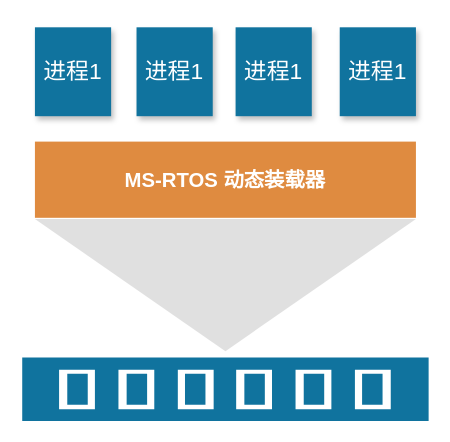
This is page "多进程与动态装载" (6 of 8) of draw/ppt.drawio from peng-fan/drawio, a draw.io file, before an edit. Source tidied: cells renumbered, new cells numbered last; positions are measured from the earlier drawing's top-left corner, leaving out a move shared by most shapes. Both pictures are drawn from the tidied source at 127%, with x=0, y=0 at pixel (22, 27).
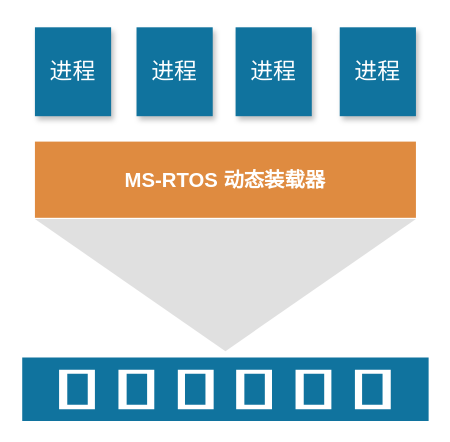
The same page after the edit.

What changed in the source:
```diff
@@
 <mxGraphModel>
   <root>
     <mxCell id="0" />
     <mxCell id="1" parent="0" />
     <mxCell id="2" value="&lt;font style=&quot;font-size: 16px&quot; color=&quot;#ffffff&quot;&gt;&lt;b&gt;MS-RTOS 动态装载器&lt;/b&gt;&lt;/font&gt;" style="rounded=0;whiteSpace=wrap;html=1;dashed=1;fillColor=#DF8B40;sketch=0;strokeColor=none;" parent="1" vertex="1">
       <mxGeometry x="10" y="90" width="300" height="60" as="geometry" />
     </mxCell>
     <mxCell id="3" style="triangle;whiteSpace=wrap;html=1;rounded=0;dashed=1;rotation=90;opacity=60;strokeColor=none;fillColor=#CCCCCC;sketch=0;" parent="1" vertex="1">
       <mxGeometry x="108" y="53" width="104" height="300" as="geometry" />
     </mxCell>
-    <mxCell id="4" value="&lt;font color=&quot;#ffffff&quot;&gt;&lt;span style=&quot;font-size: 18px&quot;&gt;进程1&lt;/span&gt;&lt;/font&gt;" style="rounded=0;whiteSpace=wrap;html=1;dashed=1;gradientColor=none;fillColor=#10739E;strokeColor=none;sketch=0;shadow=1;" parent="1" vertex="1">
+    <mxCell id="4" value="&lt;font color=&quot;#ffffff&quot;&gt;&lt;span style=&quot;font-size: 18px&quot;&gt;进程&lt;/span&gt;&lt;/font&gt;" style="rounded=0;whiteSpace=wrap;html=1;dashed=1;gradientColor=none;fillColor=#10739E;strokeColor=none;sketch=0;shadow=1;" parent="1" vertex="1">
       <mxGeometry x="10" width="60" height="70" as="geometry" />
     </mxCell>
-    <mxCell id="5" value="&lt;font color=&quot;#ffffff&quot;&gt;&lt;span style=&quot;font-size: 18px&quot;&gt;进程1&lt;/span&gt;&lt;/font&gt;" style="rounded=0;whiteSpace=wrap;html=1;dashed=1;gradientColor=none;fillColor=#10739E;strokeColor=none;shadow=1;sketch=0;" parent="1" vertex="1">
+    <mxCell id="5" value="&lt;font color=&quot;#ffffff&quot;&gt;&lt;span style=&quot;font-size: 18px&quot;&gt;进程&lt;/span&gt;&lt;/font&gt;" style="rounded=0;whiteSpace=wrap;html=1;dashed=1;gradientColor=none;fillColor=#10739E;strokeColor=none;shadow=1;sketch=0;" parent="1" vertex="1">
       <mxGeometry x="90" width="60" height="70" as="geometry" />
     </mxCell>
-    <mxCell id="6" value="&lt;font color=&quot;#ffffff&quot;&gt;&lt;span style=&quot;font-size: 18px&quot;&gt;进程1&lt;/span&gt;&lt;/font&gt;" style="rounded=0;whiteSpace=wrap;html=1;dashed=1;gradientColor=none;fillColor=#10739E;strokeColor=none;shadow=1;sketch=0;" parent="1" vertex="1">
+    <mxCell id="6" value="&lt;font color=&quot;#ffffff&quot;&gt;&lt;span style=&quot;font-size: 18px&quot;&gt;进程&lt;/span&gt;&lt;/font&gt;" style="rounded=0;whiteSpace=wrap;html=1;dashed=1;gradientColor=none;fillColor=#10739E;strokeColor=none;shadow=1;sketch=0;" parent="1" vertex="1">
       <mxGeometry x="168" width="60" height="70" as="geometry" />
     </mxCell>
-    <mxCell id="7" value="&lt;font color=&quot;#ffffff&quot;&gt;&lt;span style=&quot;font-size: 18px&quot;&gt;进程1&lt;/span&gt;&lt;/font&gt;" style="rounded=0;whiteSpace=wrap;html=1;dashed=1;gradientColor=none;fillColor=#10739E;strokeColor=none;shadow=1;sketch=0;" parent="1" vertex="1">
+    <mxCell id="7" value="&lt;font color=&quot;#ffffff&quot;&gt;&lt;span style=&quot;font-size: 18px&quot;&gt;进程&lt;/span&gt;&lt;/font&gt;" style="rounded=0;whiteSpace=wrap;html=1;dashed=1;gradientColor=none;fillColor=#10739E;strokeColor=none;shadow=1;sketch=0;" parent="1" vertex="1">
       <mxGeometry x="250" width="60" height="70" as="geometry" />
     </mxCell>
     <mxCell id="8" style="shadow=0;dashed=0;html=1;strokeColor=none;labelPosition=center;verticalLabelPosition=bottom;verticalAlign=top;align=center;shape=mxgraph.veeam2.storage;rounded=0;sketch=0;fillColor=#10739E;" parent="1" vertex="1">
       <mxGeometry y="260" width="320" height="50" as="geometry" />
     </mxCell>
   </root>
 </mxGraphModel>
```
